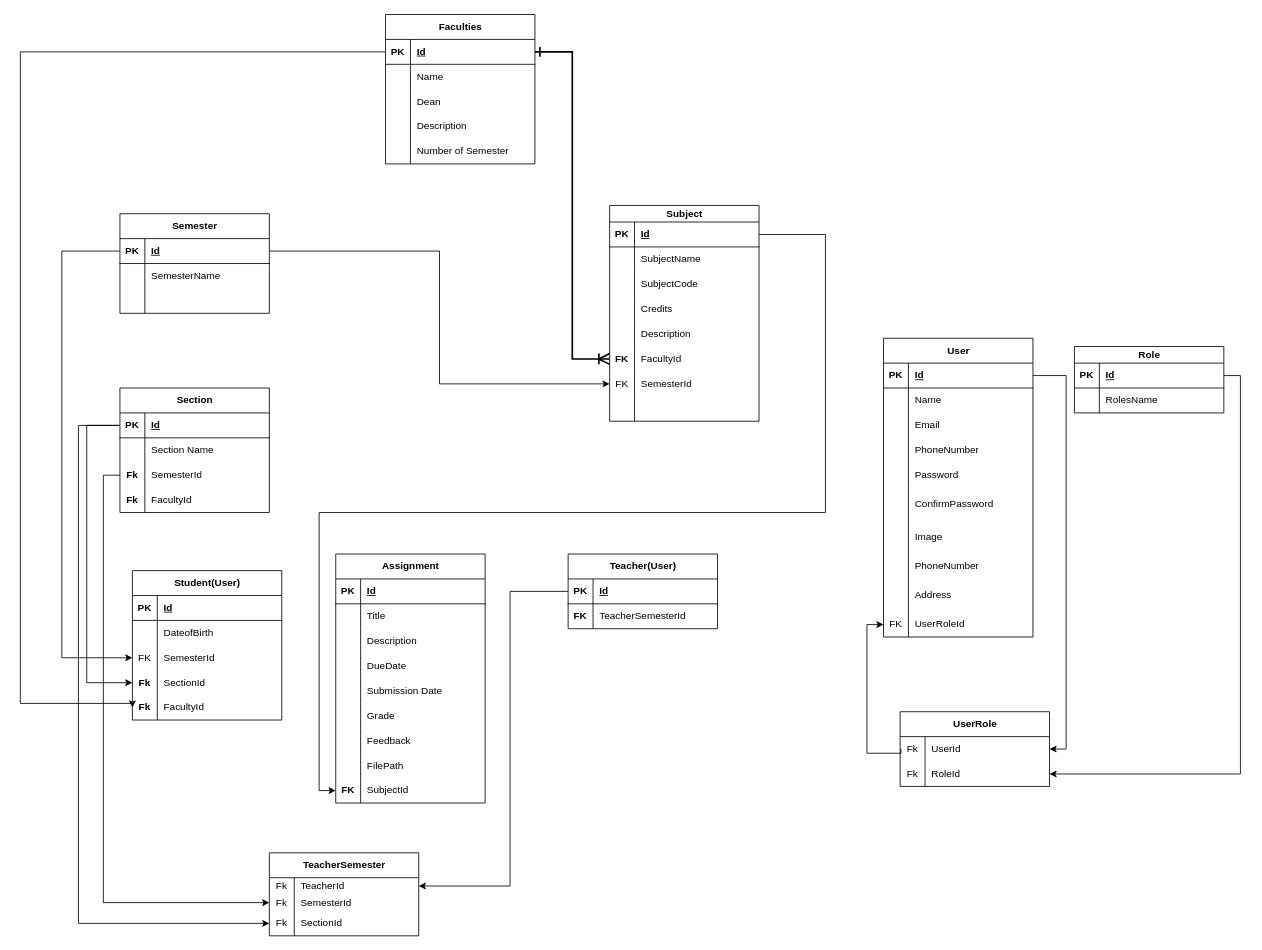
Earlier version of the draw.io diagram Untitled Diagram.drawio (Prakriti4/DotNetMVC). Source tidied: cells renumbered, new cells numbered last; positions are measured from the earlier drawing's top-left corner, leaving out a move shared by most shapes. Both pictures are drawn from the tidied source at 83%, with x=0, y=0 at pixel (20, 14).
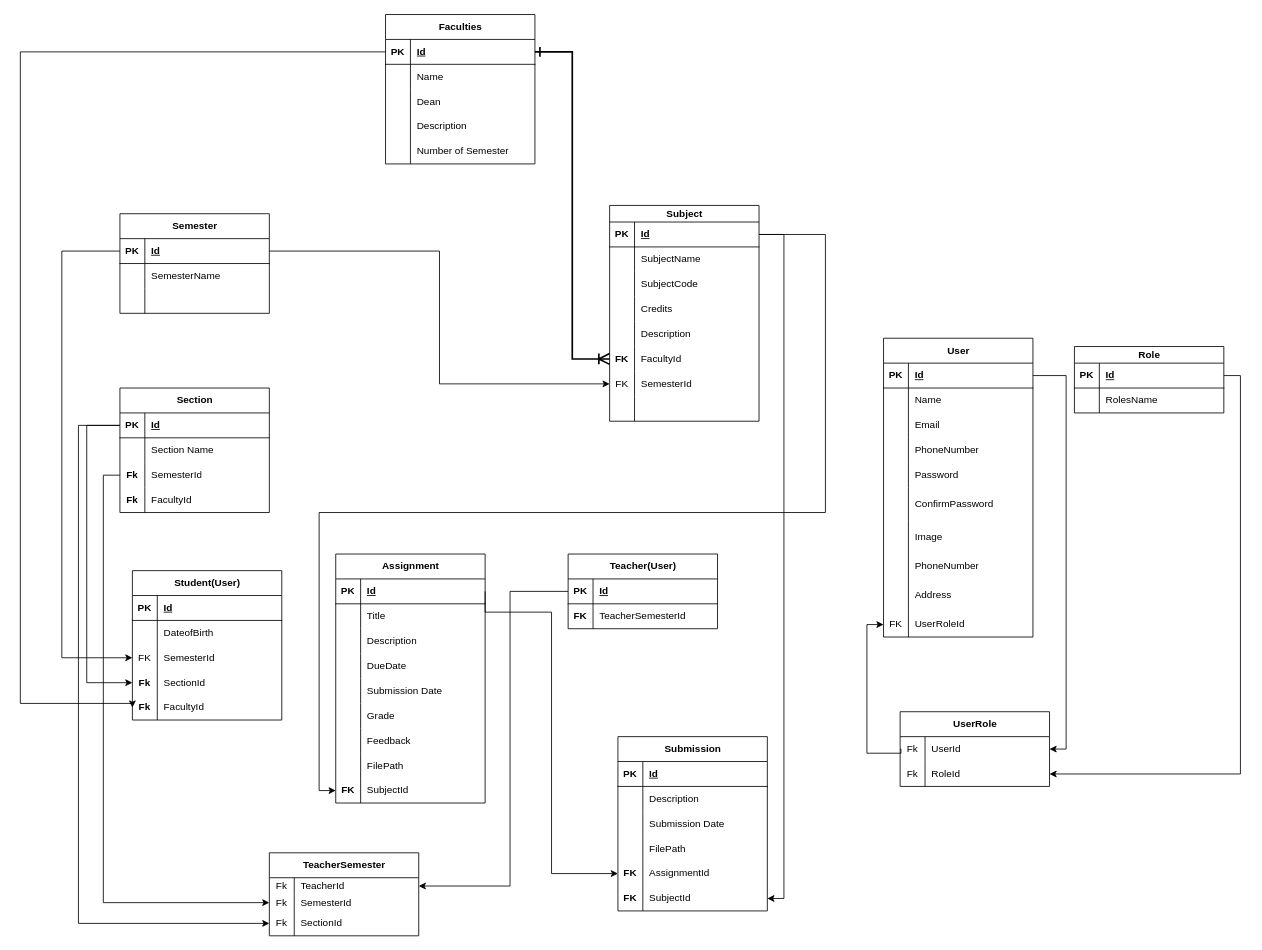
The same page after the edit.

The change refers to these unchanged cells:
```xml
<mxCell id="3" style="shape=tableRow;horizontal=0;startSize=0;swimlaneHead=0;swimlaneBody=0;fillColor=none;points=[[0,0.5],[1,0.5]];portConstraint=eastwest;top=0;left=0;right=0;bottom=1;" parent="2" vertex="1">
  <mxGeometry y="30" width="180" height="30" as="geometry" />
</mxCell>
<mxCell id="93" style="shape=tableRow;horizontal=0;startSize=0;swimlaneHead=0;swimlaneBody=0;fillColor=none;points=[[0,0.5],[1,0.5]];portConstraint=eastwest;top=0;left=0;right=0;bottom=1;" parent="92" vertex="1">
  <mxGeometry y="20" width="180" height="30" as="geometry" />
</mxCell>
```

The edit, as a diff of the source:
```diff
@@
+    <mxCell id="184" value="Submission" style="shape=table;startSize=30;childLayout=tableLayout;rowLines=0;fontStyle=1;align=center;html=1;" parent="1" vertex="1">
+      <mxGeometry x="720" y="870" width="180" height="210" as="geometry" />
+    </mxCell>
+    <mxCell id="185" style="shape=tableRow;horizontal=0;startSize=0;swimlaneHead=0;swimlaneBody=0;fillColor=none;top=0;left=0;right=0;bottom=1;" parent="184" vertex="1">
+      <mxGeometry y="30" width="180" height="30" as="geometry" />
+    </mxCell>
+    <mxCell id="186" value="PK" style="shape=partialRectangle;fillColor=none;top=0;left=0;bottom=0;right=0;fontStyle=1;overflow=hidden;whiteSpace=wrap;html=1;" parent="185" vertex="1">
+      <mxGeometry width="30" height="30" as="geometry" />
+    </mxCell>
+    <mxCell id="187" value="Id" style="shape=partialRectangle;fillColor=none;top=0;left=0;bottom=0;right=0;align=left;spacingLeft=6;fontStyle=5;overflow=hidden;whiteSpace=wrap;html=1;" parent="185" vertex="1">
+      <mxGeometry x="30" width="150" height="30" as="geometry" />
+    </mxCell>
+    <mxCell id="188" style="shape=tableRow;horizontal=0;startSize=0;swimlaneHead=0;swimlaneBody=0;fillColor=none;top=0;left=0;right=0;bottom=0;" parent="184" vertex="1">
+      <mxGeometry y="60" width="180" height="30" as="geometry" />
+    </mxCell>
+    <mxCell id="189" style="shape=partialRectangle;fillColor=none;top=0;left=0;bottom=0;right=0;overflow=hidden;whiteSpace=wrap;html=1;" parent="188" vertex="1">
+      <mxGeometry width="30" height="30" as="geometry" />
+    </mxCell>
+    <mxCell id="190" value="Description" style="shape=partialRectangle;fillColor=none;top=0;left=0;bottom=0;right=0;align=left;spacingLeft=6;overflow=hidden;whiteSpace=wrap;html=1;" parent="188" vertex="1">
+      <mxGeometry x="30" width="150" height="30" as="geometry" />
+    </mxCell>
+    <mxCell id="191" style="shape=tableRow;horizontal=0;startSize=0;swimlaneHead=0;swimlaneBody=0;fillColor=none;top=0;left=0;right=0;bottom=0;" parent="184" vertex="1">
+      <mxGeometry y="90" width="180" height="30" as="geometry" />
+    </mxCell>
+    <mxCell id="192" style="shape=partialRectangle;fillColor=none;top=0;left=0;bottom=0;right=0;overflow=hidden;whiteSpace=wrap;html=1;" parent="191" vertex="1">
+      <mxGeometry width="30" height="30" as="geometry" />
+    </mxCell>
+    <mxCell id="193" value="Submission Date" style="shape=partialRectangle;fillColor=none;top=0;left=0;bottom=0;right=0;align=left;spacingLeft=6;overflow=hidden;whiteSpace=wrap;html=1;" parent="191" vertex="1">
+      <mxGeometry x="30" width="150" height="30" as="geometry" />
+    </mxCell>
+    <mxCell id="194" style="shape=tableRow;horizontal=0;startSize=0;swimlaneHead=0;swimlaneBody=0;fillColor=none;top=0;left=0;right=0;bottom=0;" parent="184" vertex="1">
+      <mxGeometry y="120" width="180" height="30" as="geometry" />
+    </mxCell>
+    <mxCell id="195" style="shape=partialRectangle;fillColor=none;top=0;left=0;bottom=0;right=0;overflow=hidden;whiteSpace=wrap;html=1;" parent="194" vertex="1">
+      <mxGeometry width="30" height="30" as="geometry" />
+    </mxCell>
+    <mxCell id="196" value="FilePath" style="shape=partialRectangle;fillColor=none;top=0;left=0;bottom=0;right=0;align=left;spacingLeft=6;overflow=hidden;whiteSpace=wrap;html=1;" parent="194" vertex="1">
+      <mxGeometry x="30" width="150" height="30" as="geometry" />
+    </mxCell>
+    <mxCell id="197" style="shape=tableRow;horizontal=0;startSize=0;swimlaneHead=0;swimlaneBody=0;fillColor=none;points=[[0,0.5],[1,0.5]];portConstraint=eastwest;top=0;left=0;right=0;bottom=0;" parent="184" vertex="1">
+      <mxGeometry y="150" width="180" height="30" as="geometry" />
+    </mxCell>
+    <mxCell id="198" value="&lt;b&gt;FK&lt;/b&gt;" style="shape=partialRectangle;fillColor=none;top=0;left=0;bottom=0;right=0;overflow=hidden;whiteSpace=wrap;html=1;" parent="197" vertex="1">
+      <mxGeometry width="30" height="30" as="geometry" />
+    </mxCell>
+    <mxCell id="199" value="AssignmentId" style="shape=partialRectangle;fillColor=none;top=0;left=0;bottom=0;right=0;align=left;spacingLeft=6;overflow=hidden;whiteSpace=wrap;html=1;" parent="197" vertex="1">
+      <mxGeometry x="30" width="150" height="30" as="geometry" />
+    </mxCell>
+    <mxCell id="200" style="shape=tableRow;horizontal=0;startSize=0;swimlaneHead=0;swimlaneBody=0;fillColor=none;points=[[0,0.5],[1,0.5]];portConstraint=eastwest;top=0;left=0;right=0;bottom=0;" parent="184" vertex="1">
+      <mxGeometry y="180" width="180" height="30" as="geometry" />
+    </mxCell>
+    <mxCell id="201" value="&lt;b&gt;FK&lt;/b&gt;" style="shape=partialRectangle;fillColor=none;top=0;left=0;bottom=0;right=0;overflow=hidden;whiteSpace=wrap;html=1;" parent="200" vertex="1">
+      <mxGeometry width="30" height="30" as="geometry" />
+    </mxCell>
+    <mxCell id="202" value="SubjectId" style="shape=partialRectangle;fillColor=none;top=0;left=0;bottom=0;right=0;align=left;spacingLeft=6;overflow=hidden;whiteSpace=wrap;html=1;" parent="200" vertex="1">
+      <mxGeometry x="30" width="150" height="30" as="geometry" />
+    </mxCell>
+    <mxCell id="203" style="edgeStyle=orthogonalEdgeStyle;rounded=0;jettySize=auto;html=1;exitX=1;exitY=0.5;exitDx=0;exitDy=0;entryX=0;entryY=0.5;entryDx=0;entryDy=0;" parent="1" edge="1" source="3" target="197">
+      <mxGeometry relative="1" as="geometry">
+        <Array as="points">
+          <mxPoint x="560" y="720" />
+          <mxPoint x="640" y="720" />
+          <mxPoint x="640" y="1035" />
+        </Array>
+      </mxGeometry>
+    </mxCell>
+    <mxCell id="204" style="edgeStyle=orthogonalEdgeStyle;rounded=0;jettySize=auto;html=1;exitX=1;exitY=0.5;exitDx=0;exitDy=0;entryX=1;entryY=0.5;entryDx=0;entryDy=0;" parent="1" edge="1" source="93" target="200">
+      <mxGeometry relative="1" as="geometry" />
+    </mxCell>
```
